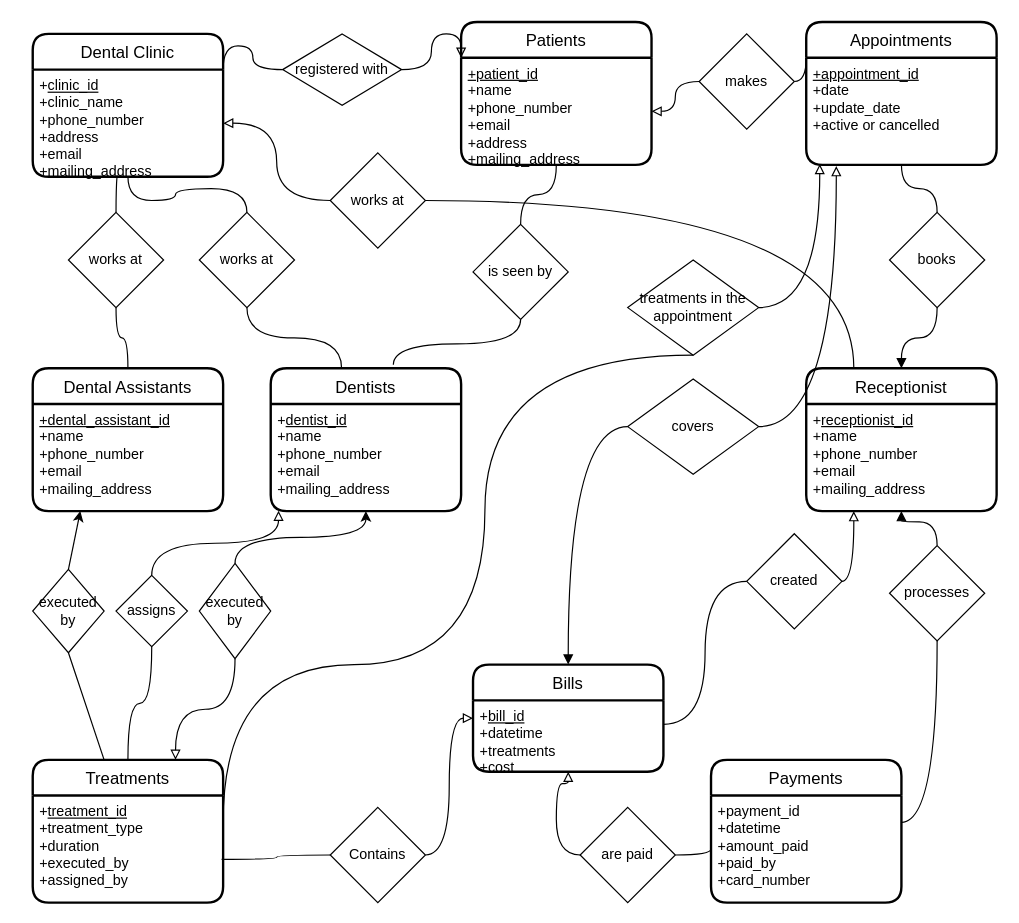
This is MyDentalClinicDiagram.drawio from gituser514/Diagram, a draw.io file, before an edit. Source tidied: cells renumbered, new cells numbered last; positions are measured from the earlier drawing's top-left corner, leaving out a move shared by most shapes. Both pictures are drawn from the tidied source at 119%, with x=0, y=0 at pixel (32, 21).
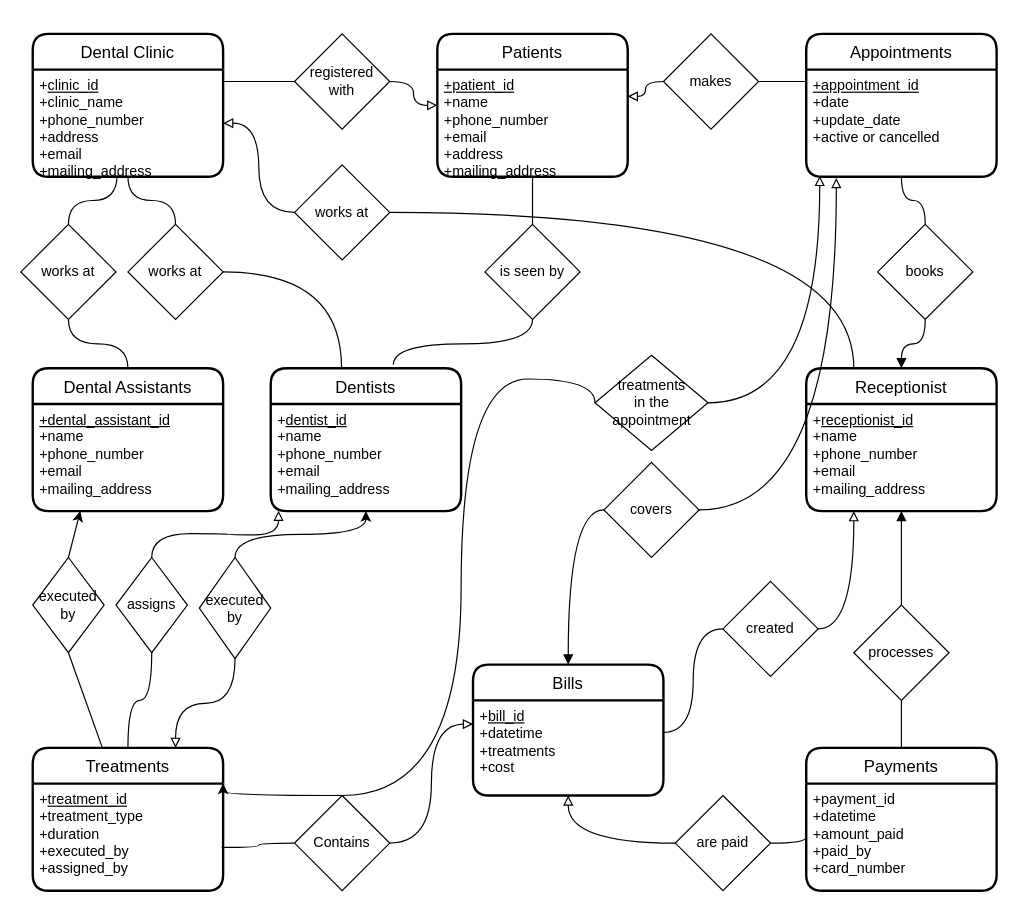
After the change.

Unchanged cells that the change refers to:
```xml
<mxCell id="3" value="+&lt;u&gt;clinic_id&lt;/u&gt;&lt;br&gt;+clinic_name&lt;br&gt;&lt;div&gt;+phone_number&lt;/div&gt;&lt;div&gt;+address &lt;br&gt;&lt;/div&gt;&lt;div&gt;+email&lt;/div&gt;&lt;div&gt;+mailing_address&lt;br&gt;&lt;/div&gt;" style="align=left;strokeColor=none;fillColor=none;spacingLeft=4;fontSize=12;verticalAlign=top;html=1;" parent="2" vertex="1">
  <mxGeometry y="30" width="160" height="90" as="geometry" />
</mxCell>
<mxCell id="7" value="&lt;u&gt;+patient_id&lt;/u&gt;&lt;br&gt;+name&lt;br&gt;&lt;div&gt;+phone_number&lt;/div&gt;&lt;div&gt;+email&lt;br&gt;+address &lt;br&gt;&lt;/div&gt;&lt;div&gt;+mailing_address&lt;br&gt;&lt;/div&gt;" style="align=left;strokeColor=none;fillColor=none;spacingLeft=4;fontSize=12;verticalAlign=top;html=1;" parent="6" vertex="1">
  <mxGeometry y="30" width="160" height="90" as="geometry" />
</mxCell>
<mxCell id="11" value="+&lt;u&gt;treatment_id&lt;/u&gt;&lt;br&gt;+treatment_type&lt;br&gt;&lt;div&gt;+duration&lt;/div&gt;&lt;div&gt;+executed_by &lt;br&gt;&lt;/div&gt;&lt;div&gt;+assigned_by&lt;br&gt;&lt;/div&gt;" style="align=left;strokeColor=none;fillColor=none;spacingLeft=4;fontSize=12;verticalAlign=top;html=1;" parent="10" vertex="1">
  <mxGeometry y="30" width="160" height="90" as="geometry" />
</mxCell>
<mxCell id="13" value="&lt;div&gt;&lt;u&gt;+appointment_id&lt;/u&gt;&lt;/div&gt;&lt;div&gt;+date&lt;/div&gt;&lt;div&gt;+update_date&lt;br&gt;&lt;/div&gt;&lt;div&gt;+active or cancelled&lt;br&gt;&lt;/div&gt;&lt;div&gt;&lt;br&gt;&lt;/div&gt;" style="align=left;strokeColor=none;fillColor=none;spacingLeft=4;fontSize=12;verticalAlign=top;html=1;" parent="12" vertex="1">
  <mxGeometry y="30" width="160" height="90" as="geometry" />
</mxCell>
<mxCell id="42" value="+payment_id&lt;br&gt;+datetime &lt;br&gt;&lt;div&gt;+amount_paid&amp;nbsp; &lt;br&gt;&lt;/div&gt;&lt;div&gt;+paid_by&lt;/div&gt;&lt;div&gt;+card_number&lt;br&gt;&lt;/div&gt;" style="align=left;strokeColor=none;fillColor=none;spacingLeft=4;fontSize=12;verticalAlign=top;html=1;" parent="41" vertex="1">
  <mxGeometry y="30" width="160" height="90" as="geometry" />
</mxCell>
```

The edit, as a diff of the source:
```diff
@@
     <mxCell id="6" value="Patients" style="swimlane;horizontal=1;startSize=30;rounded=1;fontSize=14;fontStyle=0;strokeWidth=2;shadow=0;dashed=0;align=center;" parent="1" vertex="1">
-      <mxGeometry x="360" width="160" height="120" as="geometry" />
+      <mxGeometry x="340" y="10" width="160" height="120" as="geometry" />
     </mxCell>
@@
     <mxCell id="10" value="Treatments " style="swimlane;horizontal=1;startSize=30;rounded=1;fontSize=14;fontStyle=0;strokeWidth=2;shadow=0;dashed=0;align=center;" parent="1" vertex="1">
-      <mxGeometry y="620" width="160" height="120" as="geometry" />
+      <mxGeometry y="610" width="160" height="120" as="geometry" />
     </mxCell>
@@
     <mxCell id="12" value="Appointments " style="swimlane;horizontal=1;startSize=30;rounded=1;fontSize=14;fontStyle=0;strokeWidth=2;shadow=0;dashed=0;align=center;" parent="1" vertex="1">
-      <mxGeometry x="650" width="160" height="120" as="geometry" />
+      <mxGeometry x="650" y="10" width="160" height="120" as="geometry" />
     </mxCell>
@@
     <mxCell id="14" value="Bills" style="swimlane;horizontal=1;startSize=30;rounded=1;fontSize=14;fontStyle=0;strokeWidth=2;shadow=0;align=center;fillColor=none;" parent="1" vertex="1">
-      <mxGeometry x="370" y="540" width="160" height="90" as="geometry" />
+      <mxGeometry x="370" y="540" width="160" height="110" as="geometry" />
     </mxCell>
     <mxCell id="15" value="+&lt;u&gt;bill_id&lt;br&gt;&lt;/u&gt;+datetime &lt;br&gt;&lt;div&gt;+treatments &lt;/div&gt;&lt;div&gt;+cost&lt;br&gt;&lt;/div&gt;" style="align=left;strokeColor=none;fillColor=none;spacingLeft=4;fontSize=12;verticalAlign=top;html=1;" parent="14" vertex="1">
-      <mxGeometry y="30" width="160" height="60" as="geometry" />
+      <mxGeometry y="30" width="160" height="80" as="geometry" />
     </mxCell>
-    <mxCell id="16" style="rounded=0;jettySize=auto;html=1;entryX=1;entryY=0;entryDx=0;entryDy=0;endArrow=none;endFill=0;edgeStyle=orthogonalEdgeStyle;curved=1;" parent="1" edge="1" source="18" target="3">
-      <mxGeometry relative="1" as="geometry" />
+    <mxCell id="16" style="rounded=0;jettySize=auto;html=1;endArrow=none;endFill=0;edgeStyle=orthogonalEdgeStyle;curved=1;" parent="1" edge="1" source="18">
+      <mxGeometry relative="1" as="geometry">
+        <mxPoint x="160" y="50" as="targetPoint" />
+      </mxGeometry>
     </mxCell>
-    <mxCell id="17" style="edgeStyle=orthogonalEdgeStyle;rounded=0;jettySize=auto;html=1;entryX=0;entryY=0;entryDx=0;entryDy=0;endArrow=block;endFill=0;exitX=1;exitY=0.5;exitDx=0;exitDy=0;curved=1;" parent="1" edge="1" source="18" target="7">
+    <mxCell id="17" style="edgeStyle=orthogonalEdgeStyle;rounded=0;jettySize=auto;html=1;entryX=0;entryY=0.5;entryDx=0;entryDy=0;endArrow=block;endFill=0;exitX=1;exitY=0.5;exitDx=0;exitDy=0;curved=1;" parent="1" edge="1" source="18" target="6">
       <mxGeometry relative="1" as="geometry" />
     </mxCell>
-    <mxCell id="18" value="registered with" style="shape=rhombus;perimeter=rhombusPerimeter;whiteSpace=wrap;html=1;align=center;" parent="1" vertex="1">
-      <mxGeometry x="210" y="10" width="100" height="60" as="geometry" />
+    <mxCell id="18" value="&lt;div&gt;registered &lt;br&gt;&lt;/div&gt;&lt;div&gt;with&lt;/div&gt;" style="shape=rhombus;perimeter=rhombusPerimeter;whiteSpace=wrap;html=1;align=center;" parent="1" vertex="1">
+      <mxGeometry x="220" y="10" width="80" height="80" as="geometry" />
     </mxCell>
@@
     <mxCell id="21" value="created" style="rhombus;whiteSpace=wrap;html=1;rounded=0;sketch=0;" parent="1" vertex="1">
-      <mxGeometry x="600" y="430" width="80" height="80" as="geometry" />
+      <mxGeometry x="580" y="470" width="80" height="80" as="geometry" />
     </mxCell>
@@
     <mxCell id="27" value="executed by" style="rhombus;whiteSpace=wrap;html=1;rounded=0;sketch=0;" parent="1" vertex="1">
-      <mxGeometry y="460" width="60" height="70" as="geometry" />
+      <mxGeometry y="450" width="60" height="80" as="geometry" />
     </mxCell>
@@
     <mxCell id="29" value="executed by" style="rhombus;whiteSpace=wrap;html=1;rounded=0;sketch=0;" parent="1" vertex="1">
-      <mxGeometry x="140" y="455" width="60" height="80" as="geometry" />
+      <mxGeometry x="140" y="450" width="60" height="85" as="geometry" />
     </mxCell>
-    <mxCell id="30" style="endArrow=block;html=1;rounded=1;sketch=0;curved=1;exitX=0;exitY=0.5;exitDx=0;exitDy=0;endFill=0;edgeStyle=orthogonalEdgeStyle;" parent="1" edge="1" source="32" target="7">
+    <mxCell id="30" style="endArrow=block;html=1;rounded=1;sketch=0;curved=1;exitX=0;exitY=0.5;exitDx=0;exitDy=0;endFill=0;edgeStyle=orthogonalEdgeStyle;entryX=1;entryY=0.25;entryDx=0;entryDy=0;" parent="1" edge="1" source="32" target="7">
       <mxGeometry relative="1" as="geometry" />
     </mxCell>
-    <mxCell id="31" style="edgeStyle=orthogonalEdgeStyle;rounded=0;jettySize=auto;html=1;entryX=0;entryY=0;entryDx=0;entryDy=0;endArrow=none;endFill=0;exitX=1;exitY=0.5;exitDx=0;exitDy=0;curved=1;" parent="1" edge="1" source="32" target="13">
-      <mxGeometry relative="1" as="geometry" />
+    <mxCell id="31" style="edgeStyle=orthogonalEdgeStyle;rounded=0;jettySize=auto;html=1;endArrow=none;endFill=0;exitX=1;exitY=0.5;exitDx=0;exitDy=0;curved=1;" parent="1" edge="1" source="32">
+      <mxGeometry relative="1" as="geometry">
+        <mxPoint x="650" y="50" as="targetPoint" />
+      </mxGeometry>
     </mxCell>
     <mxCell id="32" value="makes" style="rhombus;whiteSpace=wrap;html=1;rounded=0;sketch=0;" parent="1" vertex="1">
-      <mxGeometry x="560" y="10" width="80" height="80" as="geometry" />
+      <mxGeometry x="530" y="10" width="80" height="80" as="geometry" />
     </mxCell>
@@
     <mxCell id="37" value="books" style="rhombus;whiteSpace=wrap;html=1;rounded=0;sketch=0;" parent="1" vertex="1">
-      <mxGeometry x="720" y="160" width="80" height="80" as="geometry" />
+      <mxGeometry x="710" y="170" width="80" height="80" as="geometry" />
     </mxCell>
@@
     <mxCell id="40" value="is seen by " style="rhombus;whiteSpace=wrap;html=1;rounded=0;sketch=0;" parent="1" vertex="1">
-      <mxGeometry x="370" y="170" width="80" height="80" as="geometry" />
+      <mxGeometry x="380" y="170" width="80" height="80" as="geometry" />
     </mxCell>
     <mxCell id="41" value="Payments" style="swimlane;horizontal=1;startSize=30;rounded=1;fontSize=14;fontStyle=0;strokeWidth=2;shadow=0;align=center;fillColor=none;" parent="1" vertex="1">
-      <mxGeometry x="570" y="620" width="160" height="120" as="geometry" />
+      <mxGeometry x="650" y="610" width="160" height="120" as="geometry" />
     </mxCell>
@@
-    <mxCell id="43" style="edgeStyle=orthogonalEdgeStyle;rounded=0;jettySize=auto;html=1;entryX=1;entryY=0.25;entryDx=0;entryDy=0;endArrow=none;endFill=0;curved=1;exitX=0.5;exitY=1;exitDx=0;exitDy=0;" parent="1" edge="1" source="45" target="42">
+    <mxCell id="43" style="edgeStyle=orthogonalEdgeStyle;rounded=0;jettySize=auto;html=1;entryX=0.5;entryY=0;entryDx=0;entryDy=0;endArrow=none;endFill=0;curved=1;exitX=0.5;exitY=1;exitDx=0;exitDy=0;" parent="1" edge="1" source="45" target="41">
       <mxGeometry relative="1" as="geometry" />
     </mxCell>
@@
     <mxCell id="45" value="processes" style="rhombus;whiteSpace=wrap;html=1;rounded=0;sketch=0;" parent="1" vertex="1">
-      <mxGeometry x="720" y="440" width="80" height="80" as="geometry" />
+      <mxGeometry x="690" y="490" width="80" height="80" as="geometry" />
     </mxCell>
@@
     <mxCell id="48" value="are paid" style="rhombus;whiteSpace=wrap;html=1;rounded=0;sketch=0;" parent="1" vertex="1">
-      <mxGeometry x="460" y="660" width="80" height="80" as="geometry" />
+      <mxGeometry x="540" y="650" width="80" height="80" as="geometry" />
     </mxCell>
@@
     <mxCell id="51" value="works at" style="rhombus;whiteSpace=wrap;html=1;rounded=0;sketch=0;" parent="1" vertex="1">
-      <mxGeometry x="30" y="160" width="80" height="80" as="geometry" />
+      <mxGeometry x="-10" y="170" width="80" height="80" as="geometry" />
     </mxCell>
@@
     <mxCell id="54" value="works at" style="rhombus;whiteSpace=wrap;html=1;rounded=0;sketch=0;" parent="1" vertex="1">
-      <mxGeometry x="140" y="160" width="80" height="80" as="geometry" />
+      <mxGeometry x="80" y="170" width="80" height="80" as="geometry" />
     </mxCell>
@@
     <mxCell id="57" value="works at" style="rhombus;whiteSpace=wrap;html=1;rounded=0;sketch=0;" parent="1" vertex="1">
-      <mxGeometry x="250" y="110" width="80" height="80" as="geometry" />
+      <mxGeometry x="220" y="120" width="80" height="80" as="geometry" />
     </mxCell>
@@
+    <mxCell id="67" style="edgeStyle=orthogonalEdgeStyle;rounded=0;jettySize=auto;html=1;entryX=1;entryY=0;entryDx=0;entryDy=0;curved=1;exitX=0;exitY=0.5;exitDx=0;exitDy=0;" parent="1" edge="1" source="59" target="11">
+      <mxGeometry relative="1" as="geometry">
+        <Array as="points">
+          <mxPoint x="473" y="300" />
+          <mxPoint x="360" y="300" />
+          <mxPoint x="360" y="650" />
+          <mxPoint x="160" y="650" />
+        </Array>
+      </mxGeometry>
+    </mxCell>
-    <mxCell id="59" value="treatments in the appointment " style="rhombus;whiteSpace=wrap;html=1;rounded=0;sketch=0;" parent="1" vertex="1">
-      <mxGeometry x="500" y="200" width="110" height="80" as="geometry" />
+    <mxCell id="59" value="&lt;div&gt;treatments &lt;br&gt;&lt;/div&gt;&lt;div&gt;in the appointment &lt;/div&gt;" style="rhombus;whiteSpace=wrap;html=1;rounded=0;sketch=0;" parent="1" vertex="1">
+      <mxGeometry x="472.5" y="280" width="95" height="80" as="geometry" />
     </mxCell>
@@
     <mxCell id="62" value="assigns " style="rhombus;whiteSpace=wrap;html=1;rounded=0;sketch=0;" parent="1" vertex="1">
-      <mxGeometry x="70" y="465" width="60" height="60" as="geometry" />
+      <mxGeometry x="70" y="450" width="60" height="80" as="geometry" />
     </mxCell>
@@
     <mxCell id="65" value="covers" style="rhombus;whiteSpace=wrap;html=1;rounded=0;sketch=0;" parent="1" vertex="1">
-      <mxGeometry x="500" y="300" width="110" height="80" as="geometry" />
+      <mxGeometry x="480" y="370" width="80" height="80" as="geometry" />
     </mxCell>
     <mxCell id="66" value="Contains" style="rhombus;whiteSpace=wrap;html=1;rounded=0;sketch=0;" parent="1" vertex="1">
-      <mxGeometry x="250" y="660" width="80" height="80" as="geometry" />
+      <mxGeometry x="220" y="650" width="80" height="80" as="geometry" />
     </mxCell>
-    <mxCell id="67" style="edgeStyle=orthogonalEdgeStyle;curved=1;rounded=0;jettySize=auto;html=1;endArrow=none;endFill=0;entryX=1;entryY=0.25;entryDx=0;entryDy=0;" parent="1" edge="1" source="59" target="11">
-      <mxGeometry relative="1" as="geometry">
-        <Array as="points">
-          <mxPoint x="380" y="280" />
-          <mxPoint x="380" y="540" />
-          <mxPoint x="160" y="540" />
-        </Array>
-      </mxGeometry>
-    </mxCell>
```
